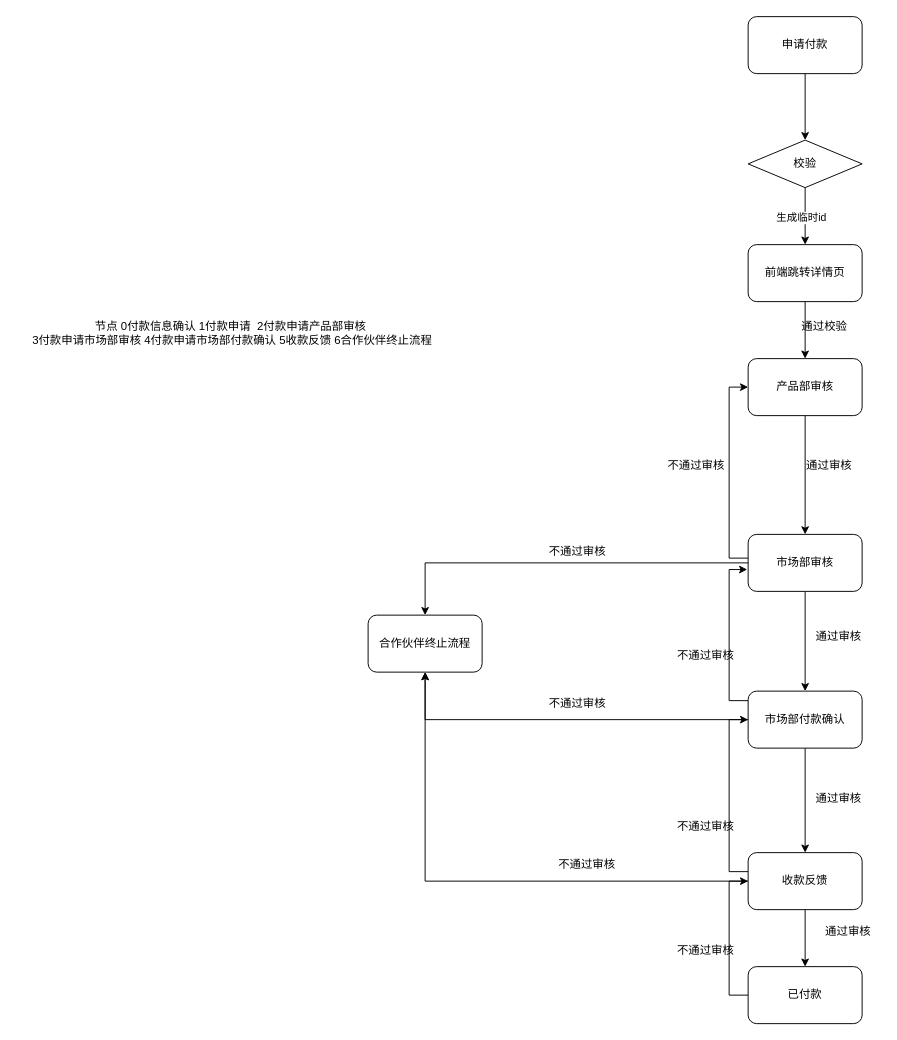
oat1314/bisheShop keeps this draw.io diagram as 未命名绘图.drawio. Above is the earlier version. Source tidied: cells renumbered, new cells numbered last; positions are measured from the earlier drawing's top-left corner, leaving out a move shared by most shapes. Both pictures are drawn from the tidied source at 95%, with x=0, y=0 at pixel (16, 16).
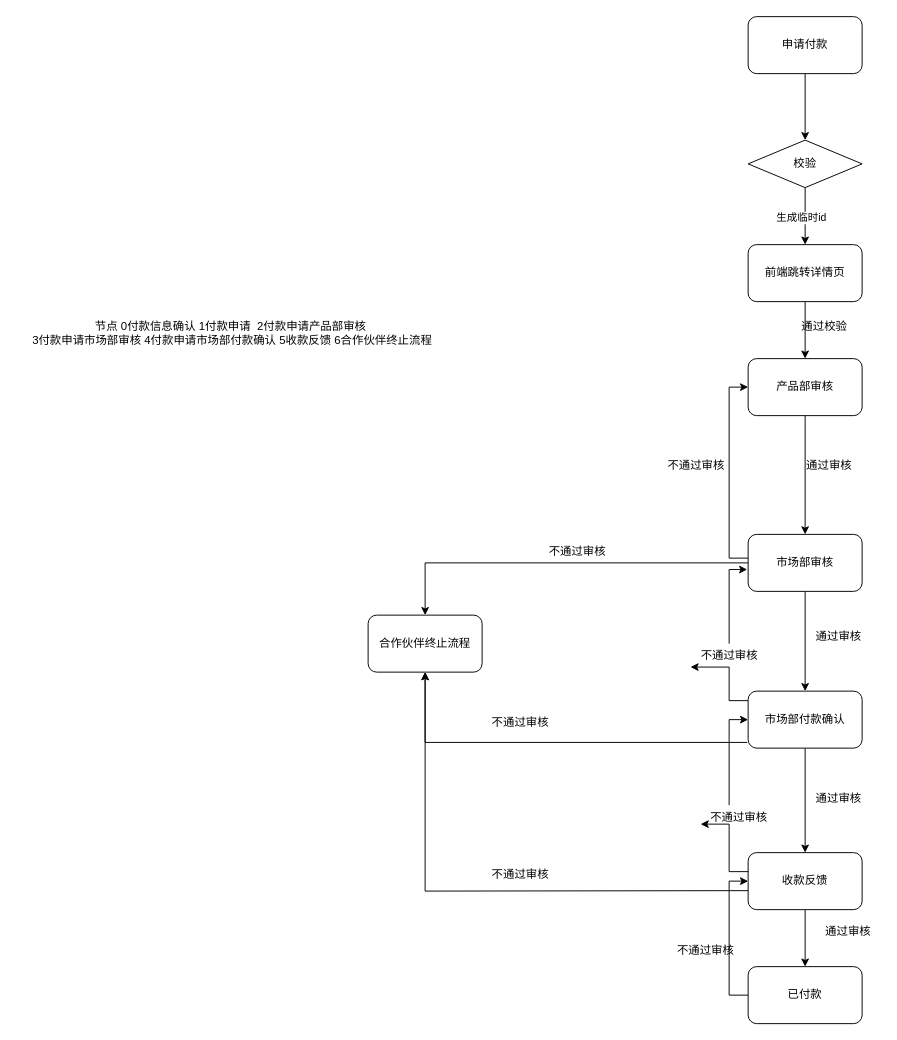
The same diagram, later.

Commit message (it also covers changes not shown here):
更新未命名绘图.drawio

Unchanged cells that the change refers to:
```xml
<mxCell id="15" value="市场部审核" style="rounded=1;whiteSpace=wrap;html=1;" parent="1" vertex="1">
  <mxGeometry x="770" y="545" width="120" height="60" as="geometry" />
</mxCell>
<mxCell id="18" value="市场部付款确认" style="rounded=1;whiteSpace=wrap;html=1;" parent="1" vertex="1">
  <mxGeometry x="770" y="710" width="120" height="60" as="geometry" />
</mxCell>
<mxCell id="22" value="收款反馈" style="rounded=1;whiteSpace=wrap;html=1;" parent="1" vertex="1">
  <mxGeometry x="770" y="880" width="120" height="60" as="geometry" />
</mxCell>
<mxCell id="35" value="合作伙伴终止流程" style="rounded=1;whiteSpace=wrap;html=1;" parent="1" vertex="1">
  <mxGeometry x="370" y="630" width="120" height="60" as="geometry" />
</mxCell>
```

Change to the diagram source:
```diff
@@
-    <mxCell id="17" style="edgeStyle=orthogonalEdgeStyle;rounded=0;jettySize=auto;html=1;exitX=0;exitY=0.5;exitDx=0;exitDy=0;" parent="1" edge="1" source="18" target="35">
+    <mxCell id="17" style="edgeStyle=orthogonalEdgeStyle;rounded=0;jettySize=auto;html=1;entryX=0.5;entryY=1;entryDx=0;entryDy=0;exitX=-0.008;exitY=0.9;exitDx=0;exitDy=0;exitPerimeter=0;" parent="1" edge="1" source="18" target="35">
       <mxGeometry relative="1" as="geometry" />
     </mxCell>
@@
-    <mxCell id="20" style="edgeStyle=orthogonalEdgeStyle;rounded=0;jettySize=auto;html=1;entryX=0;entryY=0.5;entryDx=0;entryDy=0;" parent="1" edge="1" source="22" target="18">
+    <mxCell id="20" style="edgeStyle=orthogonalEdgeStyle;rounded=0;jettySize=auto;html=1;entryX=0;entryY=0.5;entryDx=0;entryDy=0;" parent="1" edge="1" source="30" target="18">
       <mxGeometry relative="1" as="geometry">
         <Array as="points">
-          <mxPoint x="750" y="900" />
           <mxPoint x="750" y="740" />
         </Array>
       </mxGeometry>
     </mxCell>
-    <mxCell id="21" style="edgeStyle=orthogonalEdgeStyle;rounded=0;jettySize=auto;html=1;entryX=0.5;entryY=1;entryDx=0;entryDy=0;" parent="1" edge="1" source="22" target="35">
-      <mxGeometry relative="1" as="geometry" />
+    <mxCell id="21" style="edgeStyle=orthogonalEdgeStyle;rounded=0;jettySize=auto;html=1;entryX=0.5;entryY=1;entryDx=0;entryDy=0;" parent="1" edge="1" target="35">
+      <mxGeometry relative="1" as="geometry">
+        <mxPoint x="770" y="920" as="sourcePoint" />
+      </mxGeometry>
     </mxCell>
@@
-    <mxCell id="27" style="edgeStyle=orthogonalEdgeStyle;rounded=0;jettySize=auto;html=1;entryX=-0.008;entryY=0.617;entryDx=0;entryDy=0;entryPerimeter=0;" parent="1" edge="1" source="18" target="15">
+    <mxCell id="27" style="edgeStyle=orthogonalEdgeStyle;rounded=0;jettySize=auto;html=1;entryX=-0.008;entryY=0.617;entryDx=0;entryDy=0;entryPerimeter=0;" parent="1" edge="1" source="29" target="15">
       <mxGeometry relative="1" as="geometry">
         <Array as="points">
-          <mxPoint x="750" y="720" />
           <mxPoint x="750" y="582" />
         </Array>
       </mxGeometry>
     </mxCell>
@@
-    <mxCell id="29" value="不通过审核&lt;div&gt;&lt;br&gt;&lt;/div&gt;" style="text;html=1;align=center;verticalAlign=middle;points=[];strokeColor=none;fillColor=none;" parent="1" vertex="1">
-      <mxGeometry x="685" y="660" width="80" height="40" as="geometry" />
-    </mxCell>
-    <mxCell id="30" value="不通过审核&lt;div&gt;&lt;br&gt;&lt;/div&gt;" style="text;html=1;align=center;verticalAlign=middle;points=[];strokeColor=none;fillColor=none;" parent="1" vertex="1">
-      <mxGeometry x="685" y="840" width="80" height="40" as="geometry" />
-    </mxCell>
@@
     <mxCell id="37" value="不通过审核&lt;div&gt;&lt;br&gt;&lt;/div&gt;" style="text;html=1;align=center;verticalAlign=middle;strokeColor=none;fillColor=none;" parent="1" vertex="1">
-      <mxGeometry x="550" y="710" width="80" height="40" as="geometry" />
+      <mxGeometry x="490" y="730" width="80" height="40" as="geometry" />
     </mxCell>
     <mxCell id="38" value="不通过审核&lt;div&gt;&lt;br&gt;&lt;/div&gt;" style="text;html=1;align=center;verticalAlign=middle;strokeColor=none;fillColor=none;" parent="1" vertex="1">
-      <mxGeometry x="560" y="880" width="80" height="40" as="geometry" />
+      <mxGeometry x="490" y="890" width="80" height="40" as="geometry" />
     </mxCell>
+    <mxCell id="39" style="edgeStyle=orthogonalEdgeStyle;rounded=0;jettySize=auto;html=1;entryX=0;entryY=0.5;entryDx=0;entryDy=0;" parent="1" edge="1" source="22" target="30">
+      <mxGeometry relative="1" as="geometry">
+        <Array as="points">
+          <mxPoint x="750" y="900" />
+        </Array>
+      </mxGeometry>
+    </mxCell>
+    <mxCell id="30" value="不通过审核&lt;div&gt;&lt;br&gt;&lt;/div&gt;" style="text;html=1;align=center;verticalAlign=middle;points=[];strokeColor=none;fillColor=none;" parent="1" vertex="1">
+      <mxGeometry x="720" y="830" width="80" height="40" as="geometry" />
+    </mxCell>
+    <mxCell id="40" style="edgeStyle=orthogonalEdgeStyle;rounded=0;jettySize=auto;html=1;entryX=-0.008;entryY=0.617;entryDx=0;entryDy=0;entryPerimeter=0;" parent="1" edge="1" source="18" target="29">
+      <mxGeometry relative="1" as="geometry">
+        <Array as="points">
+          <mxPoint x="750" y="720" />
+        </Array>
+      </mxGeometry>
+    </mxCell>
+    <mxCell id="29" value="不通过审核&lt;div&gt;&lt;br&gt;&lt;/div&gt;" style="text;html=1;align=center;verticalAlign=middle;points=[];strokeColor=none;fillColor=none;" parent="1" vertex="1">
+      <mxGeometry x="710" y="660" width="80" height="40" as="geometry" />
+    </mxCell>
```
